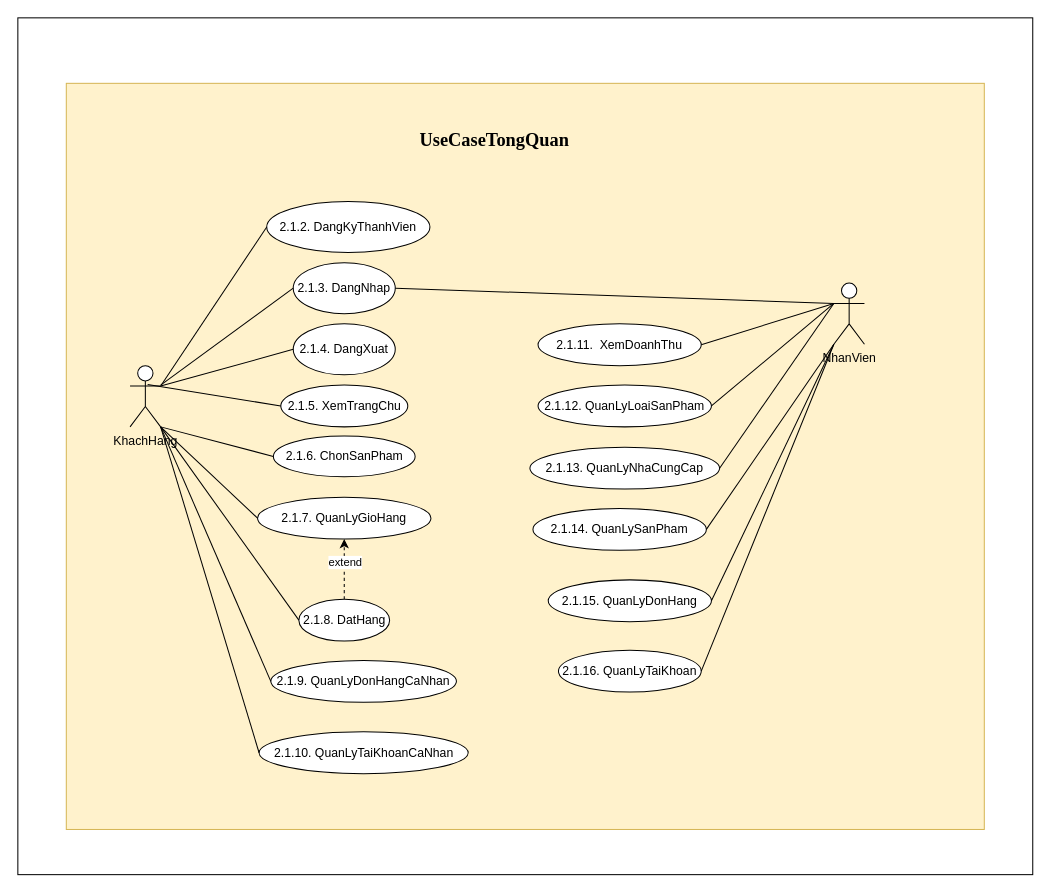
This is design-Vegana/UseCaseDrawio/UseCaseTongQuan.drawio from KhaiHASO/Vegana, a draw.io file, before an edit. Source tidied: cells renumbered, new cells numbered last; positions are measured from the earlier drawing's top-left corner, leaving out a move shared by most shapes. Both pictures are drawn from the tidied source at 102%, with x=0, y=0 at pixel (17, 17).
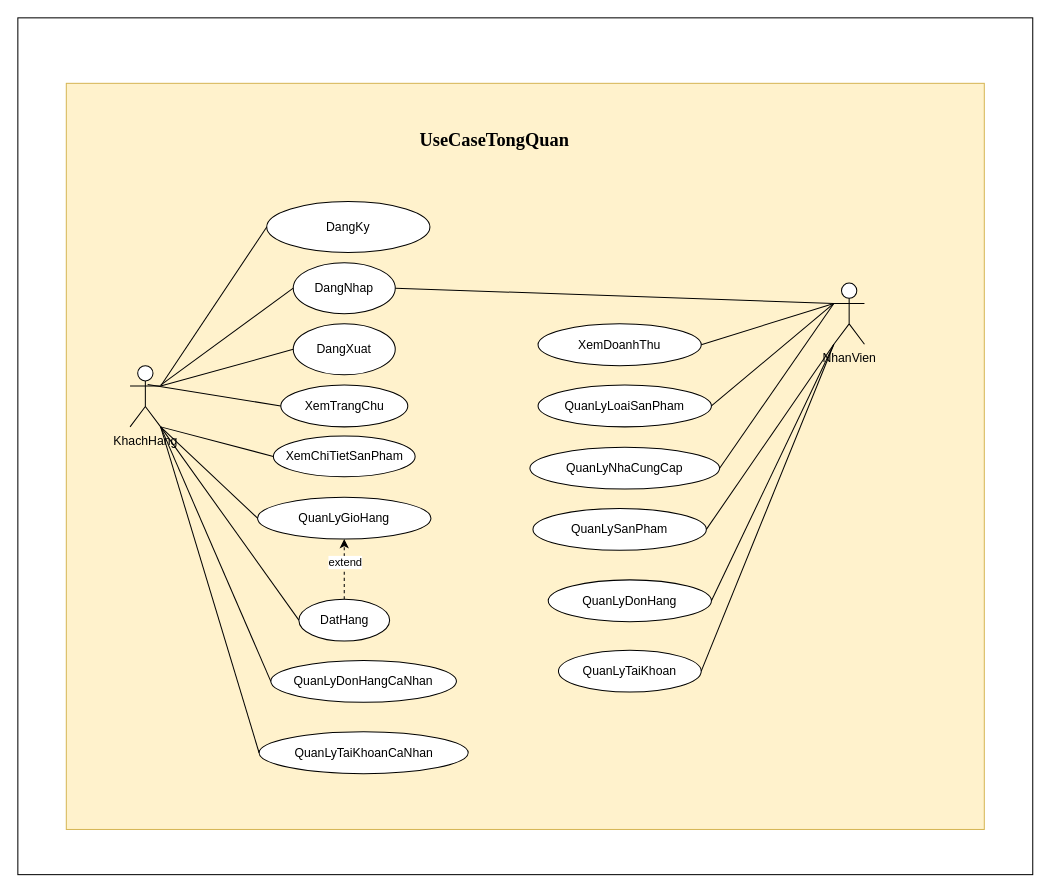
The same page after the edit.

The edit, as a diff of the source:
```diff
@@
-    <mxCell id="6" value="2.1.3. DangNhap" style="ellipse;whiteSpace=wrap;html=1;labelBackgroundColor=none;rounded=0;" parent="1" vertex="1">
+    <mxCell id="6" value="DangNhap" style="ellipse;whiteSpace=wrap;html=1;labelBackgroundColor=none;rounded=0;" parent="1" vertex="1">
       <mxGeometry x="270" y="240" width="100" height="50" as="geometry" />
     </mxCell>
-    <mxCell id="7" value="2.1.2. DangKyThanhVien" style="ellipse;whiteSpace=wrap;html=1;labelBackgroundColor=none;rounded=0;" parent="1" vertex="1">
+    <mxCell id="7" value="DangKy" style="ellipse;whiteSpace=wrap;html=1;labelBackgroundColor=none;rounded=0;" parent="1" vertex="1">
       <mxGeometry x="244" y="180" width="160" height="50" as="geometry" />
     </mxCell>
@@
-    <mxCell id="9" value="2.1.9. QuanLyDonHangCaNhan" style="ellipse;whiteSpace=wrap;html=1;direction=west;flipH=1;flipV=1;labelBackgroundColor=none;rounded=0;" parent="1" vertex="1">
+    <mxCell id="9" value="QuanLyDonHangCaNhan" style="ellipse;whiteSpace=wrap;html=1;direction=west;flipH=1;flipV=1;labelBackgroundColor=none;rounded=0;" parent="1" vertex="1">
       <mxGeometry x="248" y="630" width="182" height="41" as="geometry" />
     </mxCell>
-    <mxCell id="10" value="2.1.10. QuanLyTaiKhoanCaNhan" style="ellipse;whiteSpace=wrap;html=1;direction=west;flipH=1;flipV=1;labelBackgroundColor=none;rounded=0;" parent="1" vertex="1">
+    <mxCell id="10" value="QuanLyTaiKhoanCaNhan" style="ellipse;whiteSpace=wrap;html=1;direction=west;flipH=1;flipV=1;labelBackgroundColor=none;rounded=0;" parent="1" vertex="1">
       <mxGeometry x="236.5" y="700" width="205" height="41" as="geometry" />
     </mxCell>
-    <mxCell id="11" value="2.1.5. XemTrangChu" style="ellipse;whiteSpace=wrap;html=1;direction=west;flipH=1;flipV=1;labelBackgroundColor=none;rounded=0;" parent="1" vertex="1">
+    <mxCell id="11" value="XemTrangChu" style="ellipse;whiteSpace=wrap;html=1;direction=west;flipH=1;flipV=1;labelBackgroundColor=none;rounded=0;" parent="1" vertex="1">
       <mxGeometry x="257.8" y="360" width="124.5" height="41" as="geometry" />
     </mxCell>
-    <mxCell id="12" value="2.1.6. ChonSanPham" style="ellipse;whiteSpace=wrap;html=1;direction=west;flipH=1;flipV=1;labelBackgroundColor=none;rounded=0;" parent="1" vertex="1">
+    <mxCell id="12" value="XemChiTietSanPham" style="ellipse;whiteSpace=wrap;html=1;direction=west;flipH=1;flipV=1;labelBackgroundColor=none;rounded=0;" parent="1" vertex="1">
       <mxGeometry x="250.5" y="410" width="139" height="40" as="geometry" />
     </mxCell>
@@
-    <mxCell id="15" value="2.1.8. DatHang" style="ellipse;whiteSpace=wrap;html=1;direction=west;flipH=1;flipV=1;labelBackgroundColor=none;rounded=0;" parent="1" vertex="1">
+    <mxCell id="15" value="DatHang" style="ellipse;whiteSpace=wrap;html=1;direction=west;flipH=1;flipV=1;labelBackgroundColor=none;rounded=0;" parent="1" vertex="1">
       <mxGeometry x="275.5" y="570" width="89" height="41" as="geometry" />
     </mxCell>
-    <mxCell id="16" value="2.1.7. QuanLyGioHang" style="ellipse;whiteSpace=wrap;html=1;direction=west;flipH=1;flipV=1;labelBackgroundColor=none;rounded=0;" parent="1" vertex="1">
+    <mxCell id="16" value="QuanLyGioHang" style="ellipse;whiteSpace=wrap;html=1;direction=west;flipH=1;flipV=1;labelBackgroundColor=none;rounded=0;" parent="1" vertex="1">
       <mxGeometry x="235" y="470" width="170" height="41" as="geometry" />
     </mxCell>
-    <mxCell id="17" value="2.1.12. QuanLyLoaiSanPham" style="ellipse;whiteSpace=wrap;html=1;direction=west;flipH=1;flipV=1;labelBackgroundColor=none;rounded=0;" parent="1" vertex="1">
+    <mxCell id="17" value="QuanLyLoaiSanPham" style="ellipse;whiteSpace=wrap;html=1;direction=west;flipH=1;flipV=1;labelBackgroundColor=none;rounded=0;" parent="1" vertex="1">
       <mxGeometry x="510" y="360" width="170" height="41" as="geometry" />
     </mxCell>
-    <mxCell id="18" value="2.1.13. QuanLyNhaCungCap" style="ellipse;whiteSpace=wrap;html=1;direction=west;flipH=1;flipV=1;labelBackgroundColor=none;rounded=0;" parent="1" vertex="1">
+    <mxCell id="18" value="QuanLyNhaCungCap" style="ellipse;whiteSpace=wrap;html=1;direction=west;flipH=1;flipV=1;labelBackgroundColor=none;rounded=0;" parent="1" vertex="1">
       <mxGeometry x="502" y="421" width="186" height="41" as="geometry" />
     </mxCell>
-    <mxCell id="19" value="2.1.14. QuanLySanPham" style="ellipse;whiteSpace=wrap;html=1;direction=west;flipH=1;flipV=1;labelBackgroundColor=none;rounded=0;" parent="1" vertex="1">
+    <mxCell id="19" value="QuanLySanPham" style="ellipse;whiteSpace=wrap;html=1;direction=west;flipH=1;flipV=1;labelBackgroundColor=none;rounded=0;" parent="1" vertex="1">
       <mxGeometry x="505" y="481" width="170" height="41" as="geometry" />
     </mxCell>
-    <mxCell id="20" value="2.1.15. QuanLyDonHang" style="ellipse;whiteSpace=wrap;html=1;direction=west;flipH=1;flipV=1;labelBackgroundColor=none;rounded=0;" parent="1" vertex="1">
+    <mxCell id="20" value="QuanLyDonHang" style="ellipse;whiteSpace=wrap;html=1;direction=west;flipH=1;flipV=1;labelBackgroundColor=none;rounded=0;" parent="1" vertex="1">
       <mxGeometry x="520" y="551" width="160" height="41" as="geometry" />
     </mxCell>
-    <mxCell id="21" value="2.1.16. QuanLyTaiKhoan" style="ellipse;whiteSpace=wrap;html=1;direction=west;flipH=1;flipV=1;labelBackgroundColor=none;rounded=0;" parent="1" vertex="1">
+    <mxCell id="21" value="QuanLyTaiKhoan" style="ellipse;whiteSpace=wrap;html=1;direction=west;flipH=1;flipV=1;labelBackgroundColor=none;rounded=0;" parent="1" vertex="1">
       <mxGeometry x="530" y="620" width="140" height="41" as="geometry" />
     </mxCell>
@@
-    <mxCell id="23" value="2.1.4. DangXuat" style="ellipse;whiteSpace=wrap;html=1;labelBackgroundColor=none;rounded=0;" parent="1" vertex="1">
+    <mxCell id="23" value="DangXuat" style="ellipse;whiteSpace=wrap;html=1;labelBackgroundColor=none;rounded=0;" parent="1" vertex="1">
       <mxGeometry x="270" y="300" width="100" height="50" as="geometry" />
     </mxCell>
-    <mxCell id="24" value="2.1.11.&amp;nbsp; XemDoanhThu" style="ellipse;whiteSpace=wrap;html=1;direction=west;flipH=1;flipV=1;labelBackgroundColor=none;rounded=0;" parent="1" vertex="1">
+    <mxCell id="24" value="XemDoanhThu" style="ellipse;whiteSpace=wrap;html=1;direction=west;flipH=1;flipV=1;labelBackgroundColor=none;rounded=0;" parent="1" vertex="1">
       <mxGeometry x="510" y="300" width="160" height="41" as="geometry" />
     </mxCell>
```
